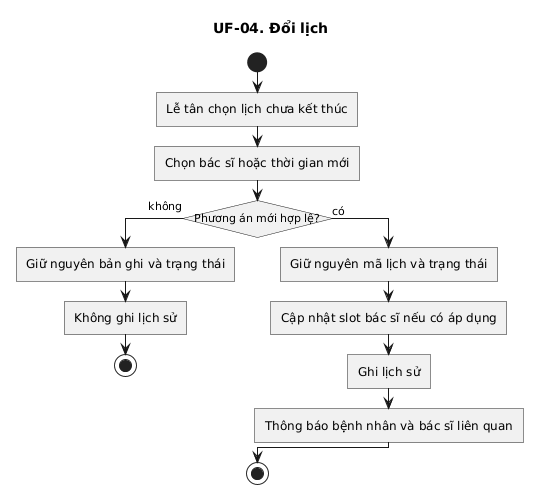
Earlier version of the PlantUML export doc/user-flow/05-doi.png (KhaVan-oi/ViClinic). Its source is kept beside it as doc/user-flow/05-doi.puml.
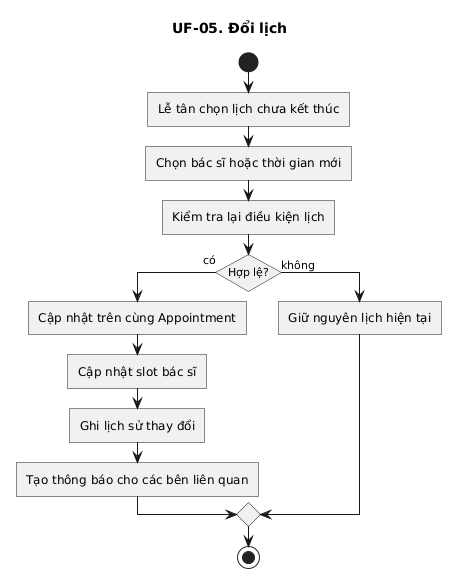
The same file after the commit.

The edit, as a diff of the source:
```diff
@@ -1,5 +1,6 @@
 @startuml
-title UF-04. Đổi lịch
+title UF-05. Đổi lịch
+
 skinparam linetype ortho
 skinparam shadowing false
 skinparam roundcorner 0
@@ -9,15 +10,14 @@
 start
 :Lễ tân chọn lịch chưa kết thúc;
 :Chọn bác sĩ hoặc thời gian mới;
-if (Phương án mới hợp lệ?) then (không)
-  :Giữ nguyên bản ghi và trạng thái;
-  :Không ghi lịch sử;
-  stop
-else (có)
-  :Giữ nguyên mã lịch và trạng thái;
-  :Cập nhật slot bác sĩ nếu có áp dụng;
-  :Ghi lịch sử;
-  :Thông báo bệnh nhân và bác sĩ liên quan;
+:Kiểm tra lại điều kiện lịch;
+if (Hợp lệ?) then (có)
+  :Cập nhật trên cùng Appointment;
+  :Cập nhật slot bác sĩ;
+  :Ghi lịch sử thay đổi;
+  :Tạo thông báo cho các bên liên quan;
+else (không)
+  :Giữ nguyên lịch hiện tại;
 endif
 stop
 @enduml
```
